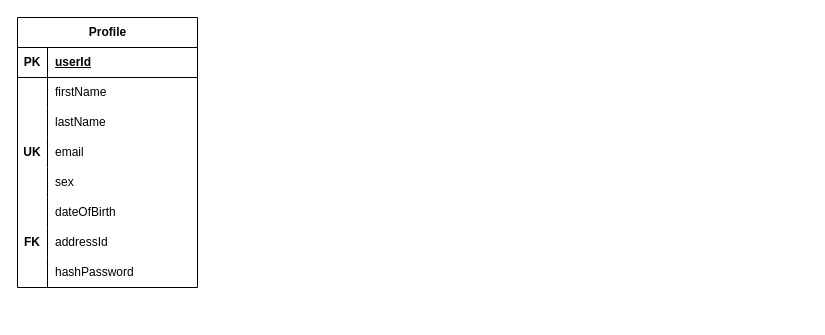
Before: documentation/Relation models/drawio/socialnet_rm_logging_database_system_version1.drawio in Josip1234/Social-net, a draw.io diagram. Source tidied: cells renumbered, new cells numbered last; positions are measured from the earlier drawing's top-left corner, leaving out a move shared by most shapes. Both pictures are drawn from the tidied source at 100%, with x=0, y=0 at pixel (17, 17).
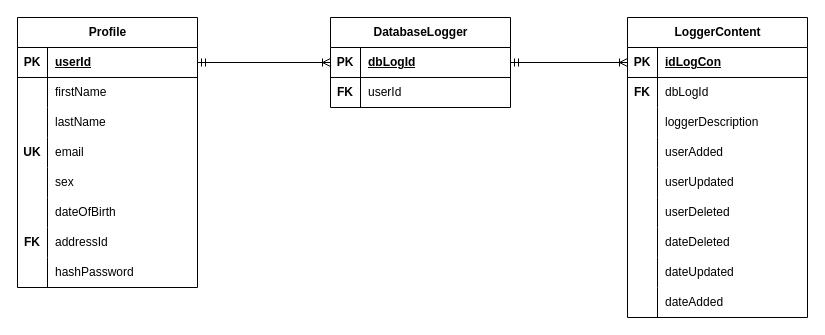
The same page after the edit.

Commit message (it also covers changes not shown here):
Finished database logger

Unchanged cells that the change refers to:
```xml
<mxCell id="3" style="shape=tableRow;horizontal=0;startSize=0;swimlaneHead=0;swimlaneBody=0;fillColor=none;points=[[0,0.5],[1,0.5]];portConstraint=eastwest;top=0;left=0;right=0;bottom=1;" parent="2" vertex="1">
  <mxGeometry y="30" width="180" height="30" as="geometry" />
</mxCell>
```

What changed in the source:
```diff
@@
+    <mxCell id="27" value="DatabaseLogger" style="shape=table;startSize=30;childLayout=tableLayout;rowLines=0;fontStyle=1;align=center;html=1;" parent="1" vertex="1">
+      <mxGeometry x="313" width="180" height="90" as="geometry" />
+    </mxCell>
+    <mxCell id="28" style="shape=tableRow;horizontal=0;startSize=0;swimlaneHead=0;swimlaneBody=0;fillColor=none;points=[[0,0.5],[1,0.5]];portConstraint=eastwest;top=0;left=0;right=0;bottom=1;" parent="27" vertex="1">
+      <mxGeometry y="30" width="180" height="30" as="geometry" />
+    </mxCell>
+    <mxCell id="29" value="PK" style="shape=partialRectangle;fillColor=none;top=0;left=0;bottom=0;right=0;fontStyle=1;overflow=hidden;whiteSpace=wrap;html=1;" parent="28" vertex="1">
+      <mxGeometry width="30" height="30" as="geometry" />
+    </mxCell>
+    <mxCell id="30" value="dbLogId" style="shape=partialRectangle;fillColor=none;top=0;left=0;bottom=0;right=0;align=left;spacingLeft=6;fontStyle=5;overflow=hidden;whiteSpace=wrap;html=1;" parent="28" vertex="1">
+      <mxGeometry x="30" width="150" height="30" as="geometry" />
+    </mxCell>
+    <mxCell id="31" style="shape=tableRow;horizontal=0;startSize=0;swimlaneHead=0;swimlaneBody=0;fillColor=none;top=0;left=0;right=0;bottom=0;" parent="27" vertex="1">
+      <mxGeometry y="60" width="180" height="30" as="geometry" />
+    </mxCell>
+    <mxCell id="32" value="&lt;b&gt;FK&lt;/b&gt;" style="shape=partialRectangle;fillColor=none;top=0;left=0;bottom=0;right=0;overflow=hidden;whiteSpace=wrap;html=1;" parent="31" vertex="1">
+      <mxGeometry width="30" height="30" as="geometry" />
+    </mxCell>
+    <mxCell id="33" value="userId" style="shape=partialRectangle;fillColor=none;top=0;left=0;bottom=0;right=0;align=left;spacingLeft=6;overflow=hidden;whiteSpace=wrap;html=1;" parent="31" vertex="1">
+      <mxGeometry x="30" width="150" height="30" as="geometry" />
+    </mxCell>
+    <mxCell id="34" style="edgeStyle=orthogonalEdgeStyle;rounded=0;jettySize=auto;html=1;exitX=1;exitY=0.5;exitDx=0;exitDy=0;entryX=0;entryY=0.5;entryDx=0;entryDy=0;startArrow=ERmandOne;startFill=0;endArrow=ERoneToMany;endFill=0;" parent="1" edge="1" source="3" target="27">
+      <mxGeometry relative="1" as="geometry" />
+    </mxCell>
+    <mxCell id="35" value="LoggerContent" style="shape=table;startSize=30;childLayout=tableLayout;rowLines=0;fontStyle=1;align=center;html=1;" parent="1" vertex="1">
+      <mxGeometry x="610" width="180" height="300" as="geometry" />
+    </mxCell>
+    <mxCell id="36" style="shape=tableRow;horizontal=0;startSize=0;swimlaneHead=0;swimlaneBody=0;fillColor=none;points=[[0,0.5],[1,0.5]];portConstraint=eastwest;top=0;left=0;right=0;bottom=1;" parent="35" vertex="1">
+      <mxGeometry y="30" width="180" height="30" as="geometry" />
+    </mxCell>
+    <mxCell id="37" value="PK" style="shape=partialRectangle;fillColor=none;top=0;left=0;bottom=0;right=0;fontStyle=1;overflow=hidden;whiteSpace=wrap;html=1;" parent="36" vertex="1">
+      <mxGeometry width="30" height="30" as="geometry" />
+    </mxCell>
+    <mxCell id="38" value="idLogCon" style="shape=partialRectangle;fillColor=none;top=0;left=0;bottom=0;right=0;align=left;spacingLeft=6;fontStyle=5;overflow=hidden;whiteSpace=wrap;html=1;" parent="36" vertex="1">
+      <mxGeometry x="30" width="150" height="30" as="geometry" />
+    </mxCell>
+    <mxCell id="39" style="shape=tableRow;horizontal=0;startSize=0;swimlaneHead=0;swimlaneBody=0;fillColor=none;top=0;left=0;right=0;bottom=0;" parent="35" vertex="1">
+      <mxGeometry y="60" width="180" height="30" as="geometry" />
+    </mxCell>
+    <mxCell id="40" value="&lt;b&gt;FK&lt;/b&gt;" style="shape=partialRectangle;fillColor=none;top=0;left=0;bottom=0;right=0;overflow=hidden;whiteSpace=wrap;html=1;" parent="39" vertex="1">
+      <mxGeometry width="30" height="30" as="geometry" />
+    </mxCell>
+    <mxCell id="41" value="dbLogId" style="shape=partialRectangle;fillColor=none;top=0;left=0;bottom=0;right=0;align=left;spacingLeft=6;overflow=hidden;whiteSpace=wrap;html=1;" parent="39" vertex="1">
+      <mxGeometry x="30" width="150" height="30" as="geometry" />
+    </mxCell>
+    <mxCell id="42" style="shape=tableRow;horizontal=0;startSize=0;swimlaneHead=0;swimlaneBody=0;fillColor=none;top=0;left=0;right=0;bottom=0;" parent="35" vertex="1">
+      <mxGeometry y="90" width="180" height="30" as="geometry" />
+    </mxCell>
+    <mxCell id="43" style="shape=partialRectangle;fillColor=none;top=0;left=0;bottom=0;right=0;overflow=hidden;whiteSpace=wrap;html=1;" parent="42" vertex="1">
+      <mxGeometry width="30" height="30" as="geometry" />
+    </mxCell>
+    <mxCell id="44" value="loggerDescription" style="shape=partialRectangle;fillColor=none;top=0;left=0;bottom=0;right=0;align=left;spacingLeft=6;overflow=hidden;whiteSpace=wrap;html=1;" parent="42" vertex="1">
+      <mxGeometry x="30" width="150" height="30" as="geometry" />
+    </mxCell>
+    <mxCell id="45" style="shape=tableRow;horizontal=0;startSize=0;swimlaneHead=0;swimlaneBody=0;fillColor=none;top=0;left=0;right=0;bottom=0;" parent="35" vertex="1">
+      <mxGeometry y="120" width="180" height="30" as="geometry" />
+    </mxCell>
+    <mxCell id="46" style="shape=partialRectangle;fillColor=none;top=0;left=0;bottom=0;right=0;overflow=hidden;whiteSpace=wrap;html=1;" parent="45" vertex="1">
+      <mxGeometry width="30" height="30" as="geometry" />
+    </mxCell>
+    <mxCell id="47" value="userAdded" style="shape=partialRectangle;fillColor=none;top=0;left=0;bottom=0;right=0;align=left;spacingLeft=6;overflow=hidden;whiteSpace=wrap;html=1;" parent="45" vertex="1">
+      <mxGeometry x="30" width="150" height="30" as="geometry" />
+    </mxCell>
+    <mxCell id="48" style="shape=tableRow;horizontal=0;startSize=0;swimlaneHead=0;swimlaneBody=0;fillColor=none;top=0;left=0;right=0;bottom=0;" parent="35" vertex="1">
+      <mxGeometry y="150" width="180" height="30" as="geometry" />
+    </mxCell>
+    <mxCell id="49" style="shape=partialRectangle;fillColor=none;top=0;left=0;bottom=0;right=0;overflow=hidden;whiteSpace=wrap;html=1;" parent="48" vertex="1">
+      <mxGeometry width="30" height="30" as="geometry" />
+    </mxCell>
+    <mxCell id="50" value="userUpdated" style="shape=partialRectangle;fillColor=none;top=0;left=0;bottom=0;right=0;align=left;spacingLeft=6;overflow=hidden;whiteSpace=wrap;html=1;" parent="48" vertex="1">
+      <mxGeometry x="30" width="150" height="30" as="geometry" />
+    </mxCell>
+    <mxCell id="51" style="shape=tableRow;horizontal=0;startSize=0;swimlaneHead=0;swimlaneBody=0;fillColor=none;top=0;left=0;right=0;bottom=0;" parent="35" vertex="1">
+      <mxGeometry y="180" width="180" height="30" as="geometry" />
+    </mxCell>
+    <mxCell id="52" style="shape=partialRectangle;fillColor=none;top=0;left=0;bottom=0;right=0;overflow=hidden;whiteSpace=wrap;html=1;" parent="51" vertex="1">
+      <mxGeometry width="30" height="30" as="geometry" />
+    </mxCell>
+    <mxCell id="53" value="userDeleted" style="shape=partialRectangle;fillColor=none;top=0;left=0;bottom=0;right=0;align=left;spacingLeft=6;overflow=hidden;whiteSpace=wrap;html=1;" parent="51" vertex="1">
+      <mxGeometry x="30" width="150" height="30" as="geometry" />
+    </mxCell>
+    <mxCell id="54" style="shape=tableRow;horizontal=0;startSize=0;swimlaneHead=0;swimlaneBody=0;fillColor=none;top=0;left=0;right=0;bottom=0;" parent="35" vertex="1">
+      <mxGeometry y="210" width="180" height="30" as="geometry" />
+    </mxCell>
+    <mxCell id="55" style="shape=partialRectangle;fillColor=none;top=0;left=0;bottom=0;right=0;overflow=hidden;whiteSpace=wrap;html=1;" parent="54" vertex="1">
+      <mxGeometry width="30" height="30" as="geometry" />
+    </mxCell>
+    <mxCell id="56" value="dateDeleted" style="shape=partialRectangle;fillColor=none;top=0;left=0;bottom=0;right=0;align=left;spacingLeft=6;overflow=hidden;whiteSpace=wrap;html=1;" parent="54" vertex="1">
+      <mxGeometry x="30" width="150" height="30" as="geometry" />
+    </mxCell>
+    <mxCell id="57" style="shape=tableRow;horizontal=0;startSize=0;swimlaneHead=0;swimlaneBody=0;fillColor=none;top=0;left=0;right=0;bottom=0;" parent="35" vertex="1">
+      <mxGeometry y="240" width="180" height="30" as="geometry" />
+    </mxCell>
+    <mxCell id="58" style="shape=partialRectangle;fillColor=none;top=0;left=0;bottom=0;right=0;overflow=hidden;whiteSpace=wrap;html=1;" parent="57" vertex="1">
+      <mxGeometry width="30" height="30" as="geometry" />
+    </mxCell>
+    <mxCell id="59" value="dateUpdated" style="shape=partialRectangle;fillColor=none;top=0;left=0;bottom=0;right=0;align=left;spacingLeft=6;overflow=hidden;whiteSpace=wrap;html=1;" parent="57" vertex="1">
+      <mxGeometry x="30" width="150" height="30" as="geometry" />
+    </mxCell>
+    <mxCell id="60" style="shape=tableRow;horizontal=0;startSize=0;swimlaneHead=0;swimlaneBody=0;fillColor=none;top=0;left=0;right=0;bottom=0;" parent="35" vertex="1">
+      <mxGeometry y="270" width="180" height="30" as="geometry" />
+    </mxCell>
+    <mxCell id="61" style="shape=partialRectangle;fillColor=none;top=0;left=0;bottom=0;right=0;overflow=hidden;whiteSpace=wrap;html=1;" parent="60" vertex="1">
+      <mxGeometry width="30" height="30" as="geometry" />
+    </mxCell>
+    <mxCell id="62" value="dateAdded" style="shape=partialRectangle;fillColor=none;top=0;left=0;bottom=0;right=0;align=left;spacingLeft=6;overflow=hidden;whiteSpace=wrap;html=1;" parent="60" vertex="1">
+      <mxGeometry x="30" width="150" height="30" as="geometry" />
+    </mxCell>
+    <mxCell id="63" style="edgeStyle=orthogonalEdgeStyle;rounded=0;jettySize=auto;html=1;entryX=0;entryY=0.5;entryDx=0;entryDy=0;endArrow=ERoneToMany;endFill=0;startArrow=ERmandOne;startFill=0;" parent="1" edge="1" source="28" target="36">
+      <mxGeometry relative="1" as="geometry" />
+    </mxCell>
```
